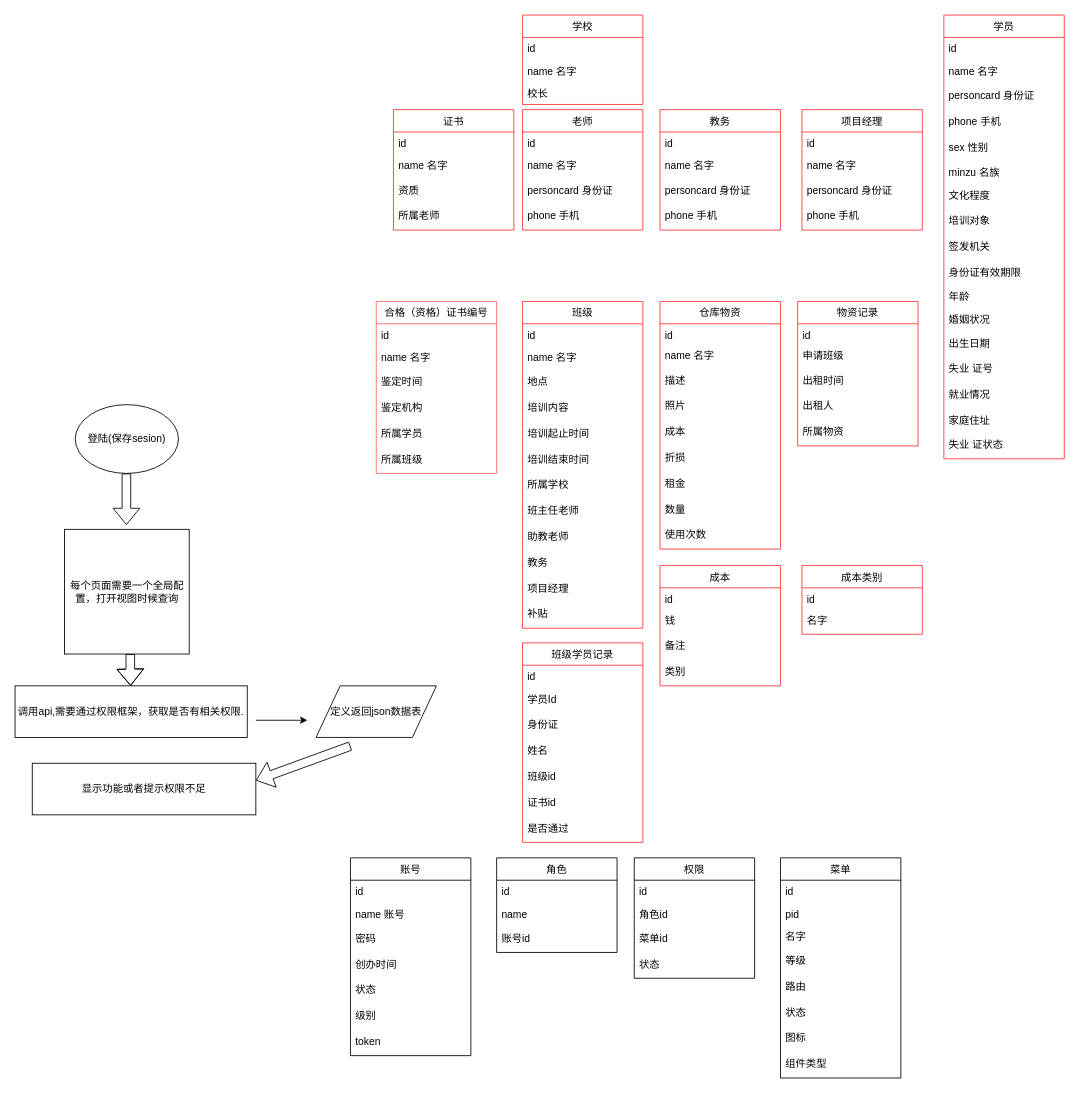
Earlier version of the draw.io diagram 学校数据关系.drawio (ayolyy/draw). Source tidied: cells renumbered, new cells numbered last; positions are measured from the earlier drawing's top-left corner, leaving out a move shared by most shapes. Both pictures are drawn from the tidied source at 86%, with x=0, y=0 at pixel (15, 15).
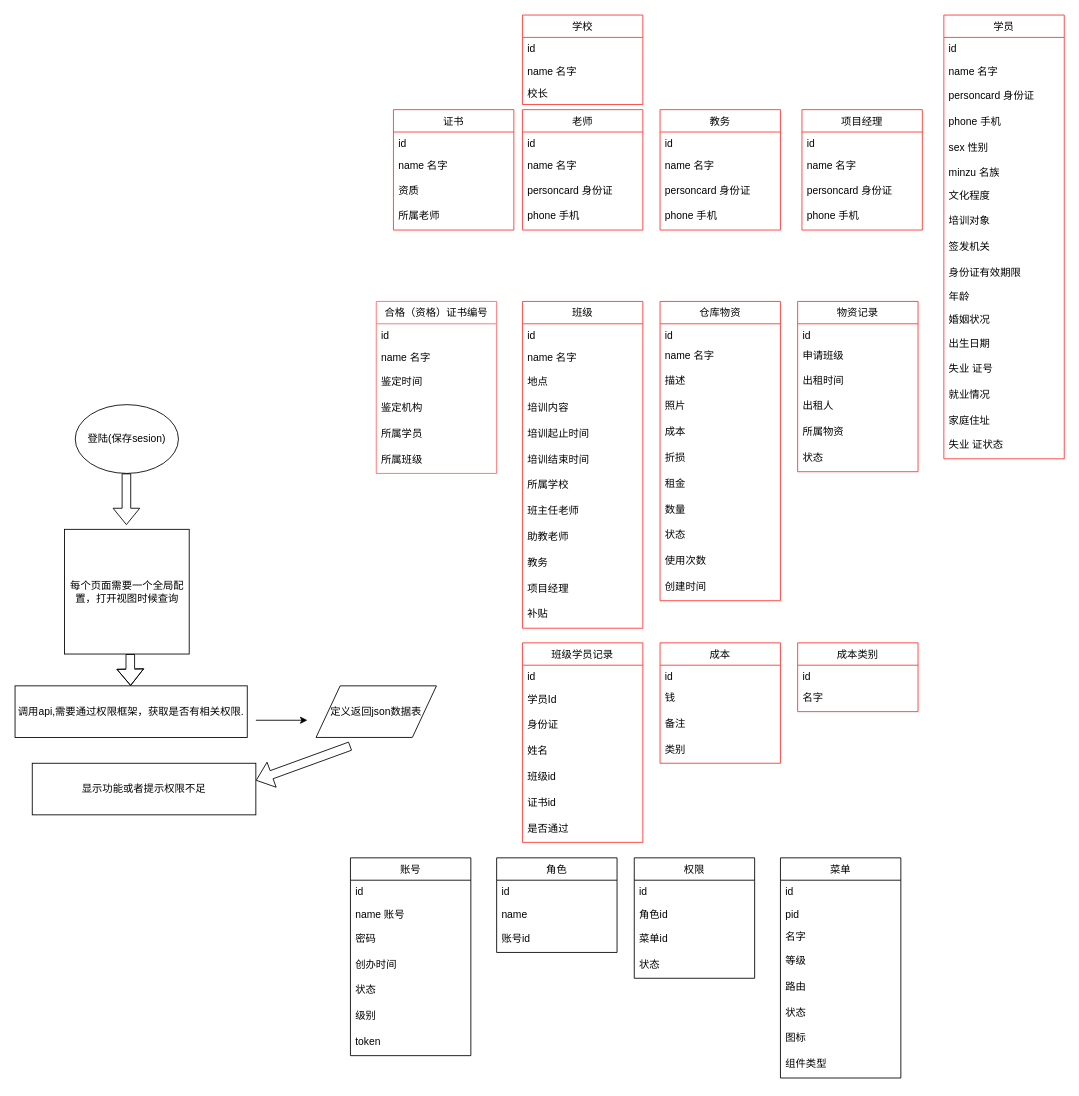
After the change.

Commit message:
更新学校数据关系.drawio

Change to the diagram source:
```diff
@@
     <mxCell id="59" value="仓库物资" style="swimlane;fontStyle=0;horizontal=1;startSize=26;fillColor=none;strokeColor=#FF3333;" parent="1" vertex="1">
-      <mxGeometry x="750" y="333" width="140" height="288" as="geometry" />
+      <mxGeometry x="750" y="333" width="140" height="348" as="geometry" />
     </mxCell>
@@
+    <mxCell id="131" value="状态" style="text;strokeColor=none;fillColor=none;align=left;verticalAlign=top;spacingLeft=4;spacingRight=4;overflow=hidden;" parent="59" vertex="1">
+      <mxGeometry y="258" width="140" height="30" as="geometry" />
+    </mxCell>
     <mxCell id="68" value="使用次数" style="text;strokeColor=none;fillColor=none;align=left;verticalAlign=top;spacingLeft=4;spacingRight=4;overflow=hidden;" parent="59" vertex="1">
-      <mxGeometry y="258" width="140" height="30" as="geometry" />
+      <mxGeometry y="288" width="140" height="30" as="geometry" />
     </mxCell>
+    <mxCell id="132" value="创建时间" style="text;strokeColor=none;fillColor=none;align=left;verticalAlign=top;spacingLeft=4;spacingRight=4;overflow=hidden;" parent="59" vertex="1">
+      <mxGeometry y="318" width="140" height="30" as="geometry" />
+    </mxCell>
     <mxCell id="69" value="物资记录" style="swimlane;fontStyle=0;horizontal=1;startSize=26;fillColor=none;strokeColor=#FF3333;" parent="1" vertex="1">
-      <mxGeometry x="910" y="333" width="140" height="168" as="geometry" />
+      <mxGeometry x="910" y="333" width="140" height="198" as="geometry" />
     </mxCell>
@@
+    <mxCell id="133" value="状态" style="text;strokeColor=none;fillColor=none;align=left;verticalAlign=top;spacingLeft=4;spacingRight=4;overflow=hidden;" parent="69" vertex="1">
+      <mxGeometry y="168" width="140" height="30" as="geometry" />
+    </mxCell>
     <mxCell id="75" value="成本" style="swimlane;fontStyle=0;horizontal=1;startSize=26;fillColor=none;strokeColor=#FF3333;" parent="1" vertex="1">
-      <mxGeometry x="750" y="640" width="140" height="140" as="geometry" />
+      <mxGeometry x="750" y="730" width="140" height="140" as="geometry" />
     </mxCell>
@@
     <mxCell id="80" value="成本类别" style="swimlane;fontStyle=0;horizontal=1;startSize=26;fillColor=none;strokeColor=#FF3333;" parent="1" vertex="1">
-      <mxGeometry x="915" y="640" width="140" height="80" as="geometry" />
+      <mxGeometry x="910" y="730" width="140" height="80" as="geometry" />
     </mxCell>
```
